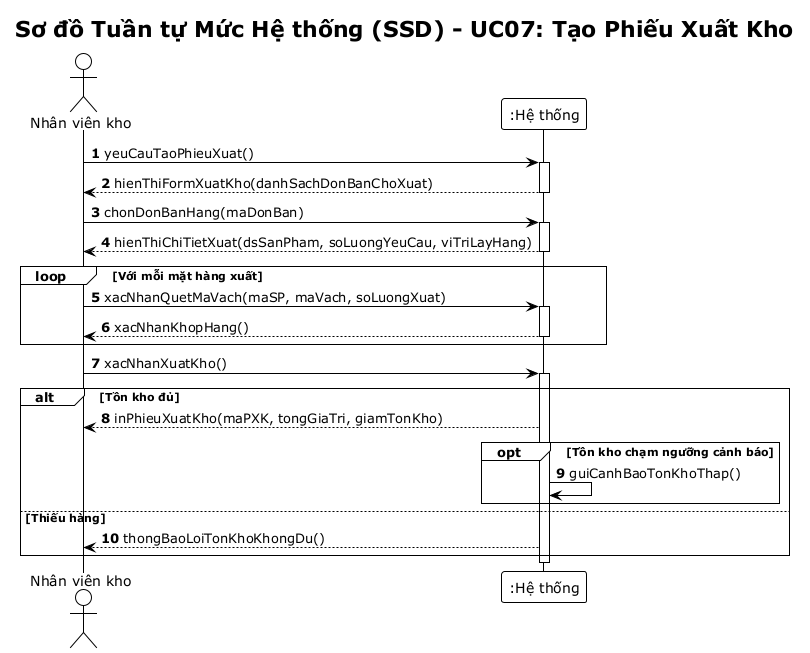
Before: BTL-QuanLyKhoHang/diagrams/ssd-xuat-kho.png, a diagram exported from PlantUML (vuhoabinh2416137/G8_Quanlysanphamvakhohang). Its diagram source:
```plantuml
@startuml ssd-xuat-kho
!theme plain
autonumber
skinparam responseMessageBelowArrow true

title Sơ đồ Tuần tự Mức Hệ thống (SSD) - UC07: Tạo Phiếu Xuất Kho

actor "Nhân viên kho" as NV
participant ":Hệ thống" as Sys

NV -> Sys: yeuCauTaoPhieuXuat()
activate Sys
Sys --> NV: hienThiFormXuatKho(danhSachDonBanChoXuat)
deactivate Sys

NV -> Sys: chonDonBanHang(maDonBan)
activate Sys
Sys --> NV: hienThiChiTietXuat(dsSanPham, soLuongYeuCau, viTriLayHang)
deactivate Sys

loop Với mỗi mặt hàng xuất
    NV -> Sys: xacNhanQuetMaVach(maSP, maVach, soLuongXuat)
    activate Sys
    Sys --> NV: xacNhanKhopHang()
    deactivate Sys
end

NV -> Sys: xacNhanXuatKho()
activate Sys
alt Tồn kho đủ
    Sys --> NV: inPhieuXuatKho(maPXK, tongGiaTri, giamTonKho)
    opt Tồn kho chạm ngưỡng cảnh báo
        Sys -> Sys: guiCanhBaoTonKhoThap()
    end
else Thiếu hàng
    Sys --> NV: thongBaoLoiTonKhoKhongDu()
end
deactivate Sys
@enduml
```
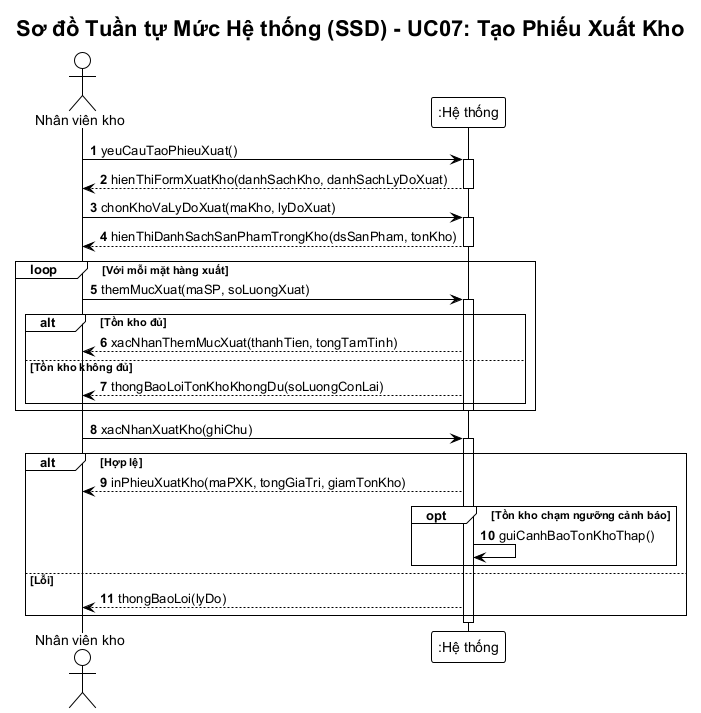
Later version of the same file.

Diff of the diagram source:
```diff
@@ -2,6 +2,7 @@
 !theme plain
 autonumber
 skinparam responseMessageBelowArrow true
+skinparam defaultFontName "Arial"
 
 title Sơ đồ Tuần tự Mức Hệ thống (SSD) - UC07: Tạo Phiếu Xuất Kho
 
@@ -10,30 +11,34 @@
 
 NV -> Sys: yeuCauTaoPhieuXuat()
 activate Sys
-Sys --> NV: hienThiFormXuatKho(danhSachDonBanChoXuat)
+Sys --> NV: hienThiFormXuatKho(danhSachKho, danhSachLyDoXuat)
 deactivate Sys
 
-NV -> Sys: chonDonBanHang(maDonBan)
+NV -> Sys: chonKhoVaLyDoXuat(maKho, lyDoXuat)
 activate Sys
-Sys --> NV: hienThiChiTietXuat(dsSanPham, soLuongYeuCau, viTriLayHang)
+Sys --> NV: hienThiDanhSachSanPhamTrongKho(dsSanPham, tonKho)
 deactivate Sys
 
 loop Với mỗi mặt hàng xuất
-    NV -> Sys: xacNhanQuetMaVach(maSP, maVach, soLuongXuat)
+    NV -> Sys: themMucXuat(maSP, soLuongXuat)
     activate Sys
-    Sys --> NV: xacNhanKhopHang()
+    alt Tồn kho đủ
+        Sys --> NV: xacNhanThemMucXuat(thanhTien, tongTamTinh)
+    else Tồn kho không đủ
+        Sys --> NV: thongBaoLoiTonKhoKhongDu(soLuongConLai)
+    end
     deactivate Sys
 end
 
-NV -> Sys: xacNhanXuatKho()
+NV -> Sys: xacNhanXuatKho(ghiChu)
 activate Sys
-alt Tồn kho đủ
+alt Hợp lệ
     Sys --> NV: inPhieuXuatKho(maPXK, tongGiaTri, giamTonKho)
     opt Tồn kho chạm ngưỡng cảnh báo
         Sys -> Sys: guiCanhBaoTonKhoThap()
     end
-else Thiếu hàng
-    Sys --> NV: thongBaoLoiTonKhoKhongDu()
+else Lỗi
+    Sys --> NV: thongBaoLoi(lyDo)
 end
 deactivate Sys
 @enduml
```
